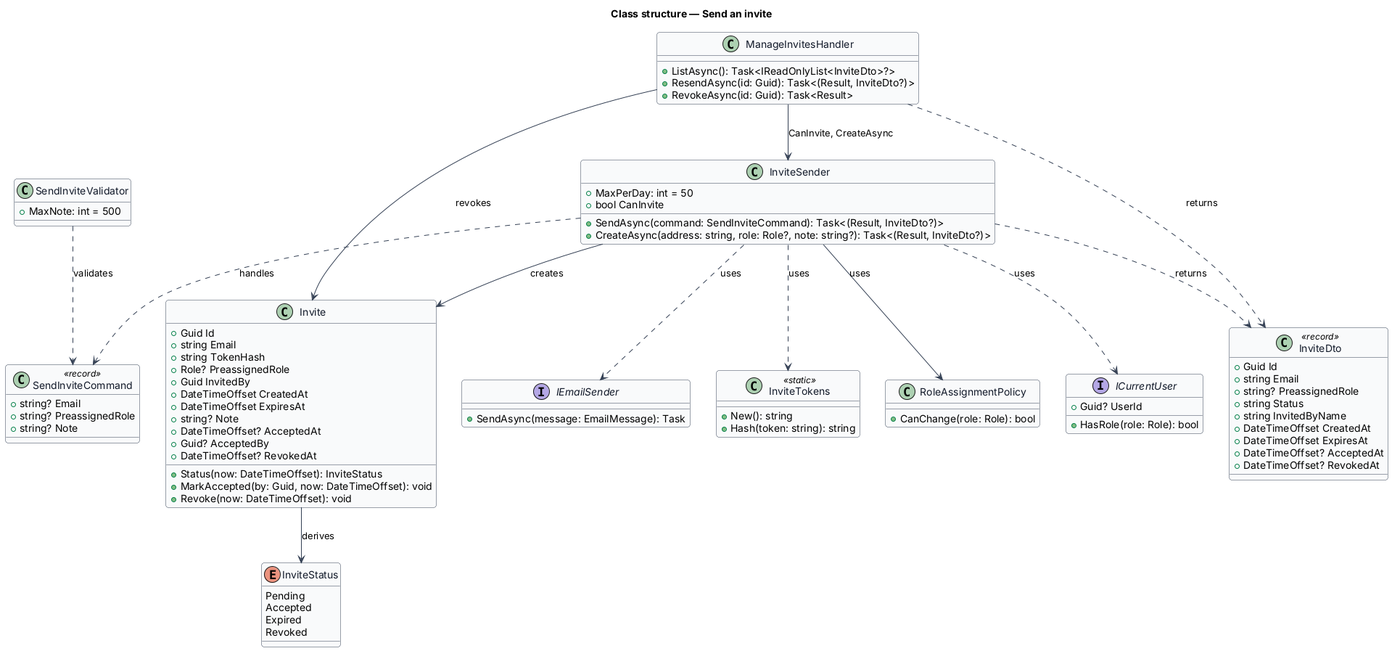
This is docs/detailed-designs/invites/send-invite/diagrams/class-structure.png from QuinntyneBrown/faithtech-community, a PlantUML export, as it was before one commit. The source it was exported from:
```plantuml
@startuml
skinparam backgroundColor #FFFFFF
skinparam shadowing false
skinparam roundcorner 8
skinparam defaultFontName Arial
skinparam ArrowColor #344054
skinparam class {
  BorderColor #344054
  FontColor #101828
  BackgroundColor #F9FAFB
}
title Class structure — Send an invite

class Invite {
  +Guid Id
  +string Email
  +string TokenHash
  +Role? PreassignedRole
  +Guid InvitedBy
  +DateTimeOffset CreatedAt
  +DateTimeOffset ExpiresAt
  +string? Note
  +DateTimeOffset? AcceptedAt
  +Guid? AcceptedBy
  +DateTimeOffset? RevokedAt
  +Status(now: DateTimeOffset): InviteStatus
  +MarkAccepted(by: Guid, now: DateTimeOffset): void
  +Revoke(now: DateTimeOffset): void
}
enum InviteStatus {
  Pending
  Accepted
  Expired
  Revoked
}
class SendInviteCommand <<record>> {
  +string? Email
  +string? PreassignedRole
  +string? Note
}
class SendInviteValidator {
  +MaxNote: int = 500
}
class InviteSender {
  +MaxPerDay: int = 50
  +bool CanInvite
  +SendAsync(command: SendInviteCommand): Task<(Result, InviteDto?)>
  +CreateAsync(address: string, role: Role?, note: string?): Task<(Result, InviteDto?)>
}
class ManageInvitesHandler {
  +ListAsync(): Task<IReadOnlyList<InviteDto>?>
  +ResendAsync(id: Guid): Task<(Result, InviteDto?)>
  +RevokeAsync(id: Guid): Task<Result>
}
class InviteDto <<record>> {
  +Guid Id
  +string Email
  +string? PreassignedRole
  +string Status
  +string InvitedByName
  +DateTimeOffset CreatedAt
  +DateTimeOffset ExpiresAt
  +DateTimeOffset? AcceptedAt
  +DateTimeOffset? RevokedAt
}
class InviteTokens <<static>> {
  +New(): string
  +Hash(token: string): string
}
class RoleAssignmentPolicy {
  +CanChange(role: Role): bool
}
interface ICurrentUser {
  +Guid? UserId
  +HasRole(role: Role): bool
}
interface IEmailSender {
  +SendAsync(message: EmailMessage): Task
}
SendInviteValidator ..> SendInviteCommand : validates
InviteSender ..> SendInviteCommand : handles
InviteSender --> RoleAssignmentPolicy : uses
InviteSender ..> ICurrentUser : uses
InviteSender ..> IEmailSender : uses
InviteSender ..> InviteTokens : uses
InviteSender --> Invite : creates
InviteSender ..> InviteDto : returns
ManageInvitesHandler --> InviteSender : CanInvite, CreateAsync
ManageInvitesHandler --> Invite : revokes
ManageInvitesHandler ..> InviteDto : returns
Invite --> InviteStatus : derives
@enduml
```
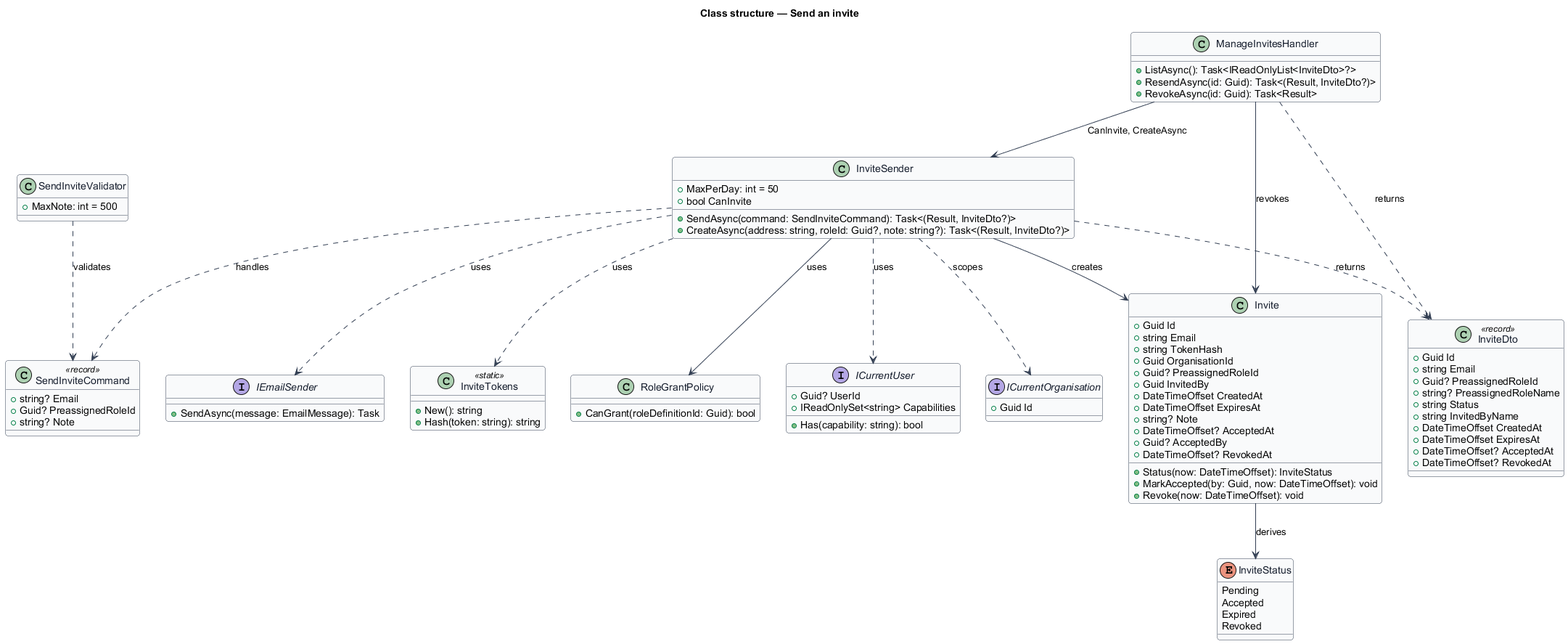
After the change.

Diff of the diagram source:
```diff
@@ -15,7 +15,8 @@
   +Guid Id
   +string Email
   +string TokenHash
-  +Role? PreassignedRole
+  +Guid OrganisationId
+  +Guid? PreassignedRoleId
   +Guid InvitedBy
   +DateTimeOffset CreatedAt
   +DateTimeOffset ExpiresAt
@@ -35,7 +36,7 @@
 }
 class SendInviteCommand <<record>> {
   +string? Email
-  +string? PreassignedRole
+  +Guid? PreassignedRoleId
   +string? Note
 }
 class SendInviteValidator {
@@ -45,7 +46,7 @@
   +MaxPerDay: int = 50
   +bool CanInvite
   +SendAsync(command: SendInviteCommand): Task<(Result, InviteDto?)>
-  +CreateAsync(address: string, role: Role?, note: string?): Task<(Result, InviteDto?)>
+  +CreateAsync(address: string, roleId: Guid?, note: string?): Task<(Result, InviteDto?)>
 }
 class ManageInvitesHandler {
   +ListAsync(): Task<IReadOnlyList<InviteDto>?>
@@ -55,7 +56,8 @@
 class InviteDto <<record>> {
   +Guid Id
   +string Email
-  +string? PreassignedRole
+  +Guid? PreassignedRoleId
+  +string? PreassignedRoleName
   +string Status
   +string InvitedByName
   +DateTimeOffset CreatedAt
@@ -67,20 +69,25 @@
   +New(): string
   +Hash(token: string): string
 }
-class RoleAssignmentPolicy {
-  +CanChange(role: Role): bool
+class RoleGrantPolicy {
+  +CanGrant(roleDefinitionId: Guid): bool
 }
 interface ICurrentUser {
   +Guid? UserId
-  +HasRole(role: Role): bool
+  +IReadOnlySet<string> Capabilities
+  +Has(capability: string): bool
+}
+interface ICurrentOrganisation {
+  +Guid Id
 }
 interface IEmailSender {
   +SendAsync(message: EmailMessage): Task
 }
 SendInviteValidator ..> SendInviteCommand : validates
 InviteSender ..> SendInviteCommand : handles
-InviteSender --> RoleAssignmentPolicy : uses
+InviteSender --> RoleGrantPolicy : uses
 InviteSender ..> ICurrentUser : uses
+InviteSender ..> ICurrentOrganisation : scopes
 InviteSender ..> IEmailSender : uses
 InviteSender ..> InviteTokens : uses
 InviteSender --> Invite : creates
```
